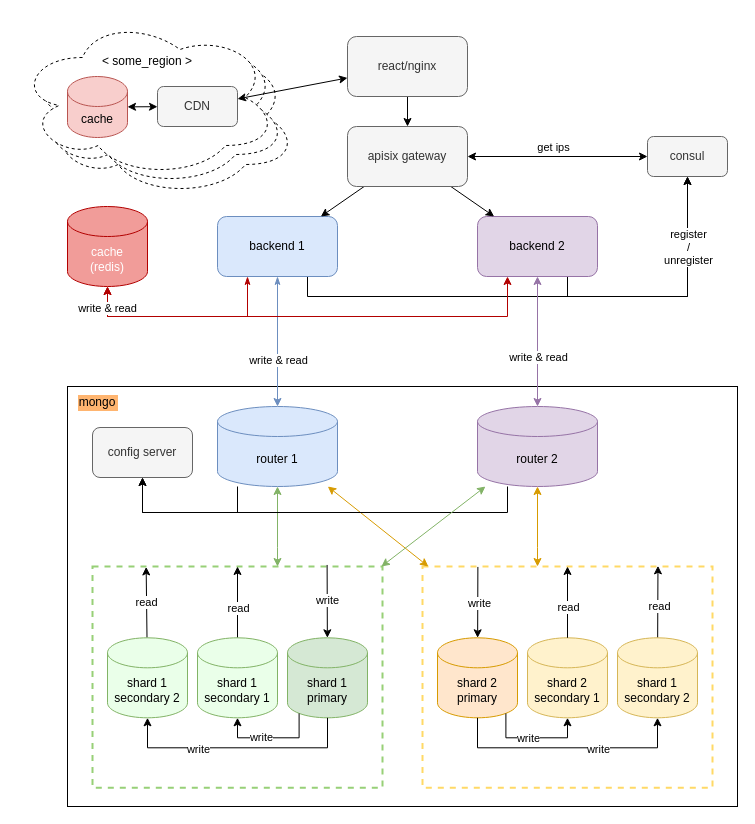
Before: page "4 gateway" (5 of 6) of schema.drawio in gryteck/shard-repl-cache, a draw.io diagram. Source tidied: cells renumbered, new cells numbered last; positions are measured from the earlier drawing's top-left corner, leaving out a move shared by most shapes. Both pictures are drawn from the tidied source at 100%, with x=0, y=0 at pixel (17, 17).
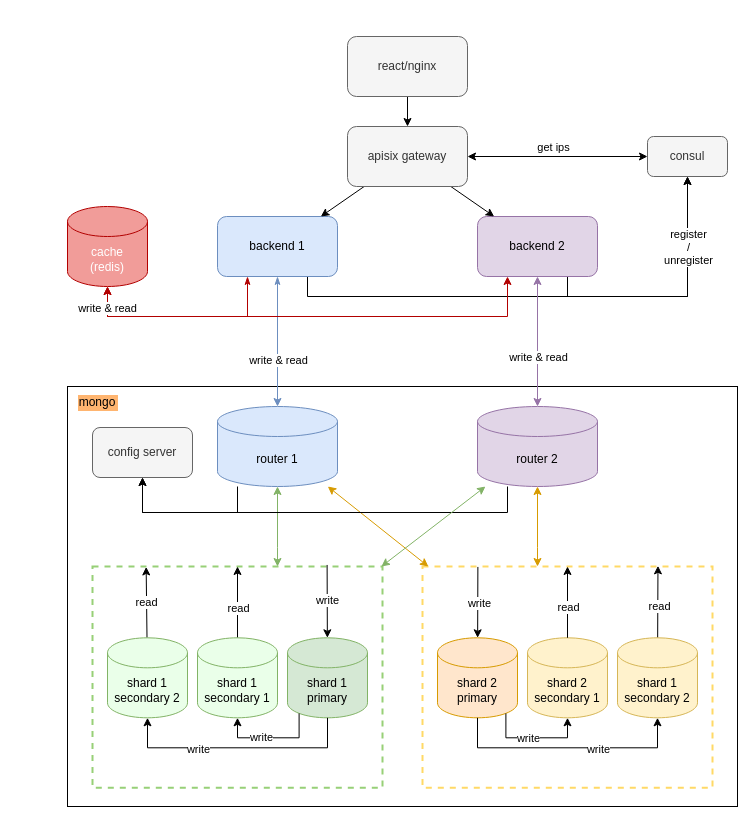
The same page after the edit.

Unchanged cells that the change refers to:
```xml
<mxCell id="62" value="react/nginx" style="rounded=1;whiteSpace=wrap;html=1;fillColor=#f5f5f5;strokeColor=#666666;fontColor=#333333;" parent="1" vertex="1">
  <mxGeometry x="330" y="19" width="120" height="60" as="geometry" />
</mxCell>
```

What changed in the source:
```diff
@@
-    <mxCell id="2" style="ellipse;shape=cloud;whiteSpace=wrap;html=1;fillColor=default;dashed=1;" parent="1" vertex="1">
-      <mxGeometry x="20" y="19" width="260" height="160" as="geometry" />
-    </mxCell>
-    <mxCell id="3" style="ellipse;shape=cloud;whiteSpace=wrap;html=1;fillColor=default;dashed=1;" parent="1" vertex="1">
-      <mxGeometry x="10" y="9" width="260" height="160" as="geometry" />
-    </mxCell>
-    <mxCell id="4" style="ellipse;shape=cloud;whiteSpace=wrap;html=1;fillColor=default;dashed=1;" parent="1" vertex="1">
-      <mxGeometry width="260" height="160" as="geometry" />
-    </mxCell>
@@
-    <mxCell id="61" style="rounded=0;jettySize=auto;html=1;startArrow=classic;startFill=1;" parent="1" edge="1" source="62" target="64">
-      <mxGeometry relative="1" as="geometry" />
-    </mxCell>
@@
-    <mxCell id="63" style="rounded=0;jettySize=auto;html=1;startArrow=classic;startFill=1;" parent="1" edge="1" source="64" target="65">
-      <mxGeometry relative="1" as="geometry" />
-    </mxCell>
-    <mxCell id="64" value="CDN" style="rounded=1;whiteSpace=wrap;html=1;fillColor=#f5f5f5;strokeColor=#666666;fontColor=#333333;" parent="1" vertex="1">
-      <mxGeometry x="140" y="69" width="80" height="40" as="geometry" />
-    </mxCell>
-    <mxCell id="65" value="cache" style="shape=cylinder3;whiteSpace=wrap;html=1;boundedLbl=1;backgroundOutline=1;size=15;fillColor=#f8cecc;strokeColor=#b85450;" parent="1" vertex="1">
-      <mxGeometry x="50" y="59" width="60" height="61" as="geometry" />
-    </mxCell>
@@
-    <mxCell id="67" value="&amp;lt; some_region &amp;gt;" style="text;html=1;align=center;verticalAlign=middle;whiteSpace=wrap;rounded=0;" parent="1" vertex="1">
-      <mxGeometry x="75" y="29" width="110" height="30" as="geometry" />
-    </mxCell>
```
